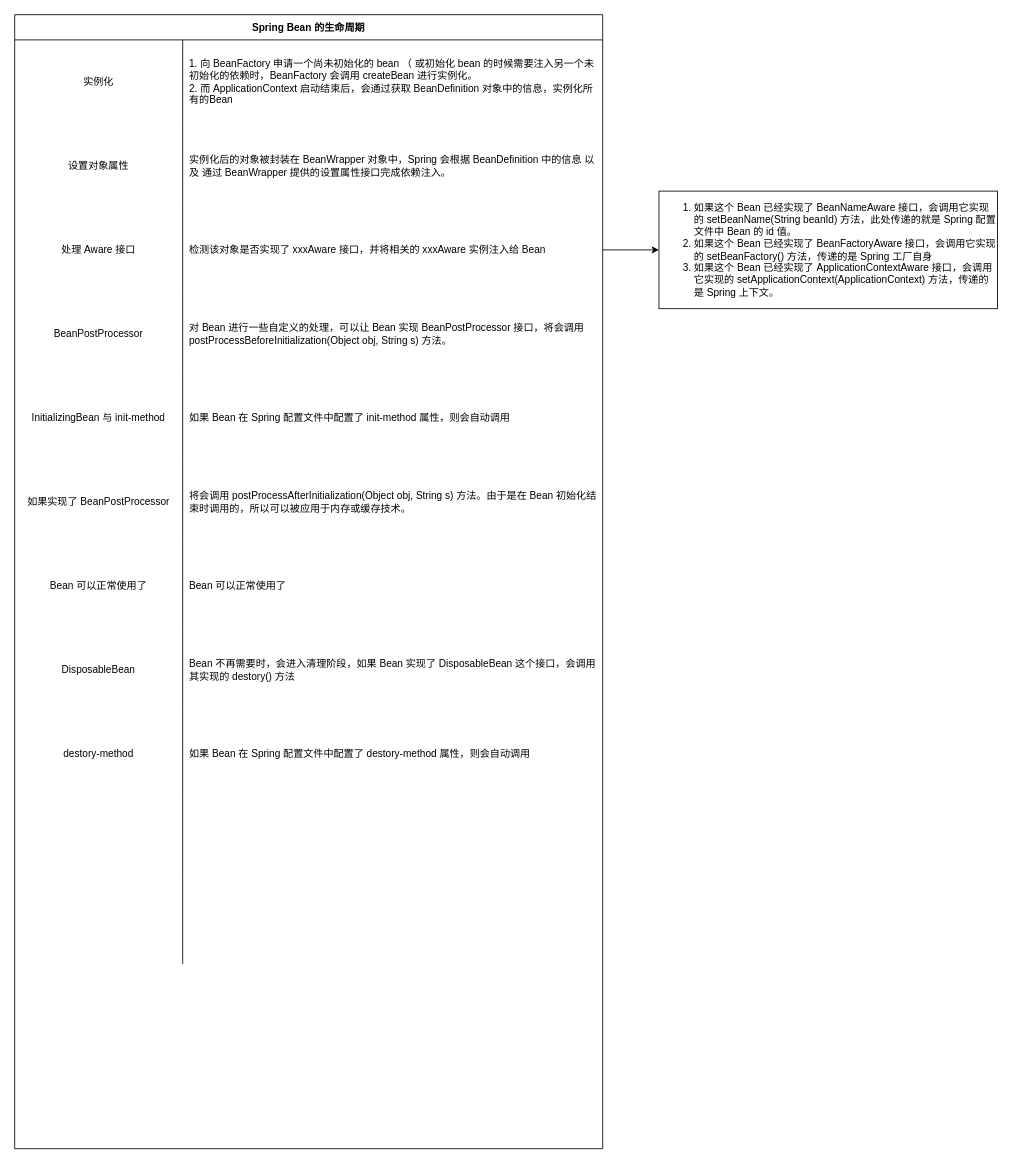
This is spring/spring-bean生命周期.drawio from vhaisong/draw-repo, a draw.io file, before an edit. Source tidied: cells renumbered, new cells numbered last; positions are measured from the earlier drawing's top-left corner, leaving out a move shared by most shapes. Both pictures are drawn from the tidied source at 84%, with x=0, y=0 at pixel (14, 14).
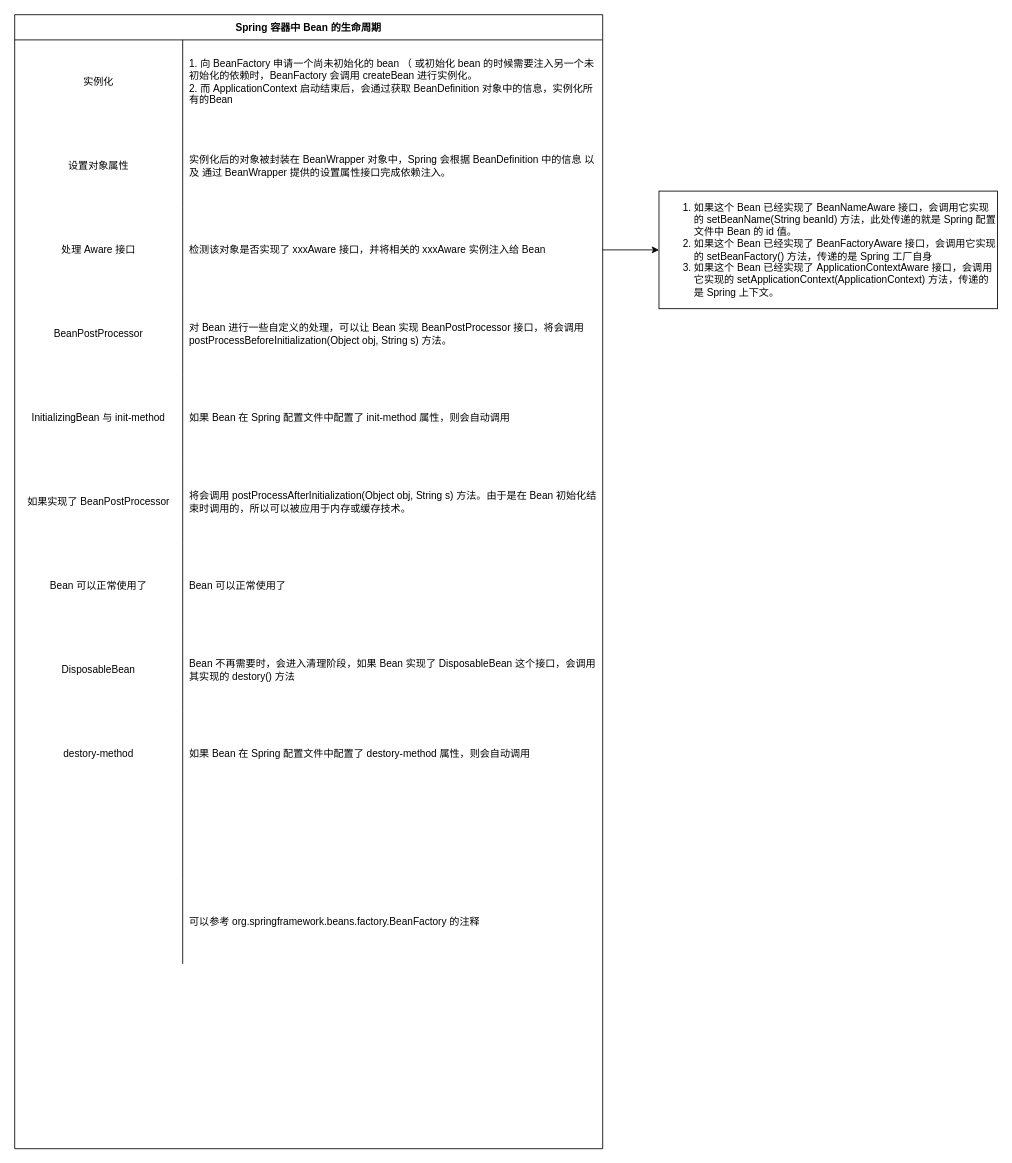
Above is the later version.

Commit message:
更新spring-bean生命周期.drawio

Unchanged cells that the change refers to:
```xml
<mxCell id="33" style="shape=tableRow;horizontal=0;startSize=0;swimlaneHead=0;swimlaneBody=0;top=0;left=0;bottom=0;right=0;fillColor=none;" parent="2" vertex="1">
  <mxGeometry y="1030" width="700" height="100" as="geometry" />
</mxCell>
```

What changed in the source:
```diff
@@
-    <mxCell id="2" value="Spring Bean 的生命周期" style="shape=table;startSize=30;childLayout=tableLayout;rowLines=0;fontStyle=1;" parent="1" vertex="1">
+    <mxCell id="2" value="Spring 容器中 Bean 的生命周期" style="shape=table;startSize=30;childLayout=tableLayout;rowLines=0;fontStyle=1;" parent="1" vertex="1">
       <mxGeometry width="700" height="1350" as="geometry" />
     </mxCell>
@@
-    <mxCell id="35" style="shape=partialRectangle;html=1;whiteSpace=wrap;fillColor=none;top=0;left=0;bottom=0;right=0;align=left;spacingLeft=6;overflow=hidden;" parent="33" vertex="1">
+    <mxCell id="35" value="可以参考 org.springframework.beans.factory.BeanFactory 的注释" style="shape=partialRectangle;html=1;whiteSpace=wrap;fillColor=none;top=0;left=0;bottom=0;right=0;align=left;spacingLeft=6;overflow=hidden;" parent="33" vertex="1">
       <mxGeometry x="200" width="500" height="100" as="geometry" />
     </mxCell>
```
